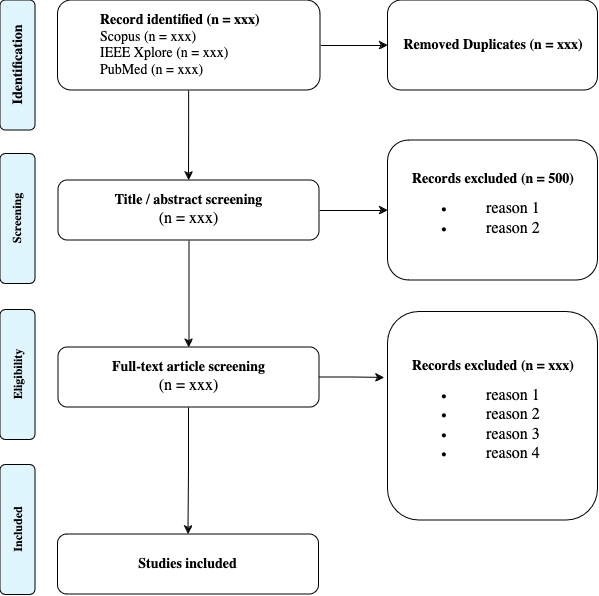
The draw.io diagram prisma_overview.png in Hobsyllvin/Literature-Research-Master-Thesis, before a commit. Source tidied: cells renumbered, new cells last; positions are measured from the earlier drawing's top-left corner, leaving out a move shared by most shapes.
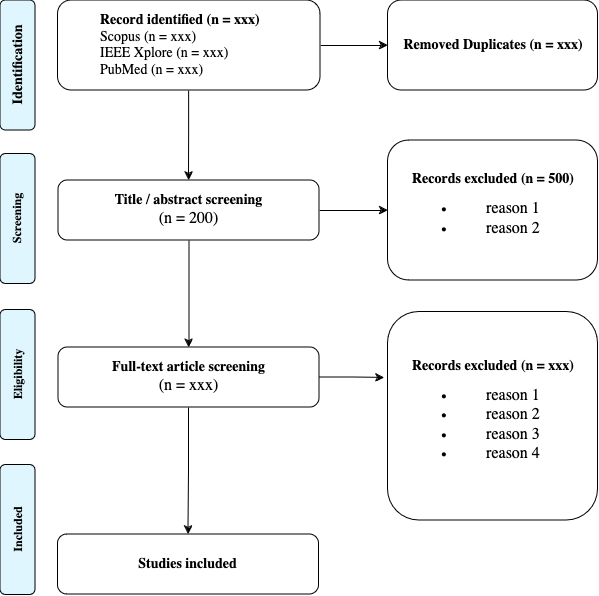
Later version of the same file.

Change to the diagram source:
```diff
@@ -17,7 +17,7 @@
     <mxCell id="6" style="edgeStyle=orthogonalEdgeStyle;rounded=0;jettySize=auto;html=1;" parent="1" edge="1" source="7" target="9">
       <mxGeometry relative="1" as="geometry" />
     </mxCell>
-    <mxCell id="7" value="&lt;div&gt;&lt;font style=&quot;font-size: 14px;&quot;&gt;&lt;b&gt;&lt;font face=&quot;Lucida Console&quot;&gt;Title / abstract screening&lt;/font&gt;&lt;/b&gt;&lt;/font&gt;&lt;/div&gt;&lt;div&gt;&lt;font face=&quot;Vf-fnMTilvaQMkSSkMgD&quot; size=&quot;3&quot;&gt;(n = xxx)&lt;br&gt;&lt;/font&gt;&lt;/div&gt;" style="rounded=1;whiteSpace=wrap;html=1;fontSize=12;glass=0;strokeWidth=1;shadow=0;" parent="1" vertex="1">
+    <mxCell id="7" value="&lt;div&gt;&lt;font style=&quot;font-size: 14px;&quot;&gt;&lt;b&gt;&lt;font face=&quot;Lucida Console&quot;&gt;Title / abstract screening&lt;/font&gt;&lt;/b&gt;&lt;/font&gt;&lt;/div&gt;&lt;div&gt;&lt;font face=&quot;Vf-fnMTilvaQMkSSkMgD&quot; size=&quot;3&quot;&gt;(n = 200)&lt;br&gt;&lt;/font&gt;&lt;/div&gt;" style="rounded=1;whiteSpace=wrap;html=1;fontSize=12;glass=0;strokeWidth=1;shadow=0;" parent="1" vertex="1">
       <mxGeometry x="106" y="180" width="261" height="60" as="geometry" />
     </mxCell>
     <mxCell id="8" style="edgeStyle=orthogonalEdgeStyle;rounded=0;jettySize=auto;html=1;" parent="1" edge="1" source="9" target="12">
```
